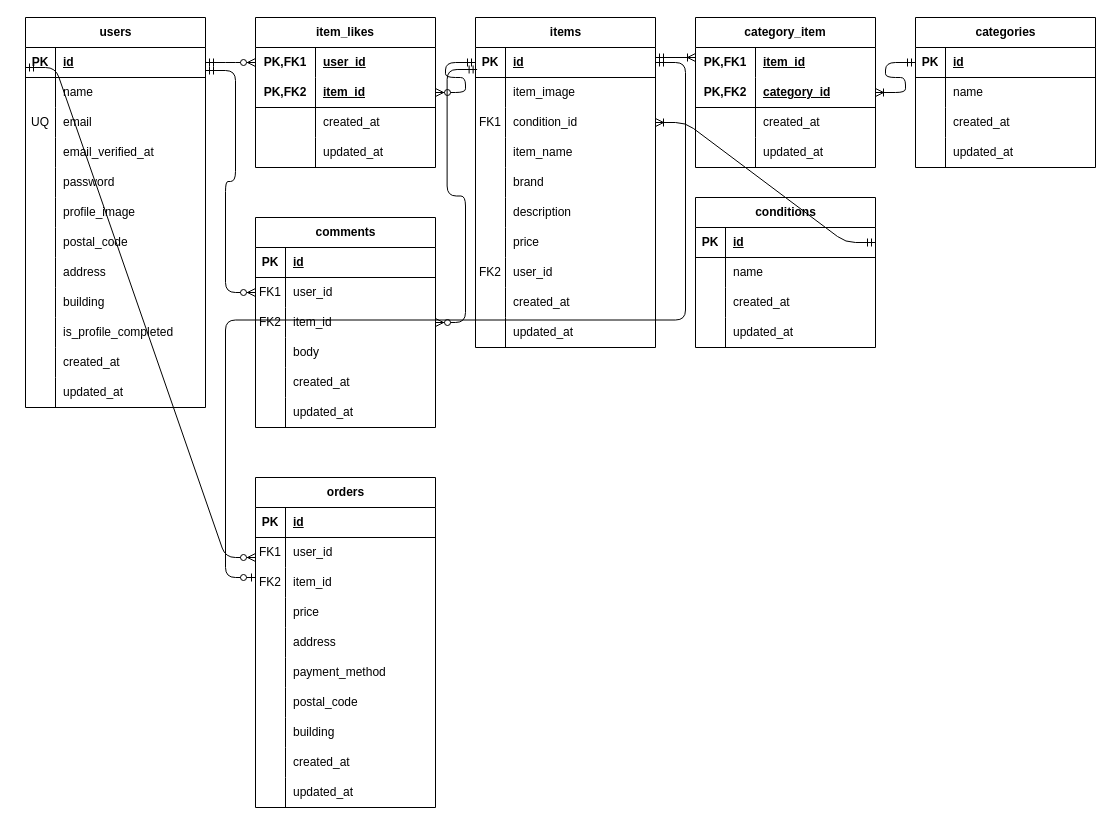
This is docs/er/flea_market_er.drawio from Hideaki-Iida-tech/flea_market, a draw.io file, before an edit. Source tidied: cells renumbered, new cells numbered last; positions are measured from the earlier drawing's top-left corner, leaving out a move shared by most shapes. Both pictures are drawn from the tidied source at 100%, with x=0, y=0 at pixel (5, 17).
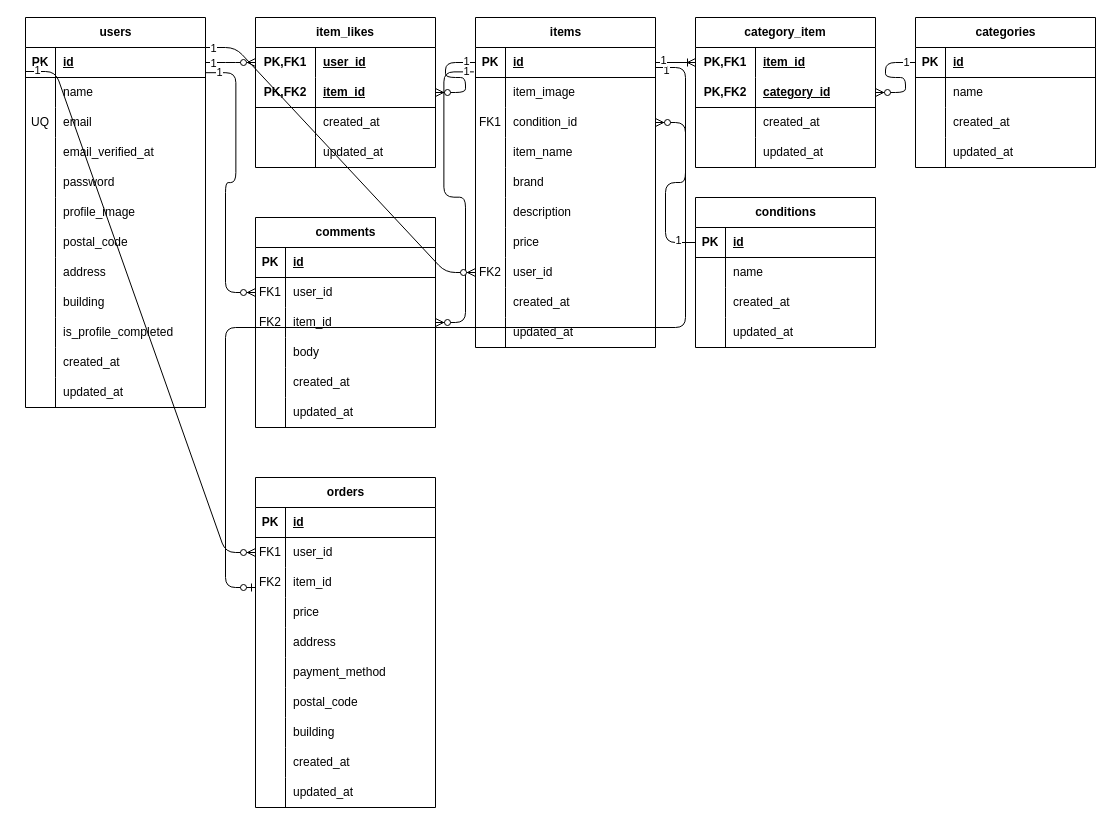
The same diagram, later.

Commit message (it also covers changes not shown here):
coachtech初級模擬案件85日目ver.1.0（ER図の更新、.env.example及び.env.testing.exampleの修正）

Unchanged cells that the change refers to:
```xml
<mxCell id="3" style="shape=tableRow;horizontal=0;startSize=0;swimlaneHead=0;swimlaneBody=0;fillColor=none;points=[[0,0.5],[1,0.5]];portConstraint=eastwest;top=0;left=0;right=0;bottom=1;" parent="2" vertex="1">
  <mxGeometry y="30" width="180" height="30" as="geometry" />
</mxCell>
<mxCell id="40" style="shape=tableRow;horizontal=0;startSize=0;swimlaneHead=0;swimlaneBody=0;fillColor=none;points=[[0,0.5],[1,0.5]];portConstraint=eastwest;top=0;left=0;right=0;bottom=1;" parent="39" vertex="1">
  <mxGeometry y="30" width="180" height="30" as="geometry" />
</mxCell>
<mxCell id="46" style="shape=tableRow;horizontal=0;startSize=0;swimlaneHead=0;swimlaneBody=0;fillColor=none;points=[[0,0.5],[1,0.5]];portConstraint=eastwest;top=0;left=0;right=0;bottom=0;" parent="39" vertex="1">
  <mxGeometry y="90" width="180" height="30" as="geometry" />
</mxCell>
<mxCell id="61" style="shape=tableRow;horizontal=0;startSize=0;swimlaneHead=0;swimlaneBody=0;fillColor=none;points=[[0,0.5],[1,0.5]];portConstraint=eastwest;top=0;left=0;right=0;bottom=0;" parent="39" vertex="1">
  <mxGeometry y="240" width="180" height="30" as="geometry" />
</mxCell>
<mxCell id="74" style="shape=tableRow;horizontal=0;startSize=0;swimlaneHead=0;swimlaneBody=0;fillColor=none;points=[[0,0.5],[1,0.5]];portConstraint=eastwest;top=0;left=0;right=0;bottom=0;" parent="70" vertex="1">
  <mxGeometry y="60" width="180" height="30" as="geometry" />
</mxCell>
<mxCell id="77" style="shape=tableRow;horizontal=0;startSize=0;swimlaneHead=0;swimlaneBody=0;fillColor=none;points=[[0,0.5],[1,0.5]];portConstraint=eastwest;top=0;left=0;right=0;bottom=0;" parent="70" vertex="1">
  <mxGeometry y="90" width="180" height="30" as="geometry" />
</mxCell>
<mxCell id="90" style="shape=tableRow;horizontal=0;startSize=0;swimlaneHead=0;swimlaneBody=0;fillColor=none;points=[[0,0.5],[1,0.5]];portConstraint=eastwest;top=0;left=0;right=0;bottom=1;" parent="89" vertex="1">
  <mxGeometry y="30" width="180" height="30" as="geometry" />
</mxCell>
<mxCell id="103" style="shape=tableRow;horizontal=0;startSize=0;swimlaneHead=0;swimlaneBody=0;fillColor=none;points=[[0,0.5],[1,0.5]];portConstraint=eastwest;top=0;left=0;right=0;bottom=1;" parent="102" vertex="1">
  <mxGeometry y="30" width="180" height="30" as="geometry" />
</mxCell>
<mxCell id="119" style="shape=tableRow;horizontal=0;startSize=0;swimlaneHead=0;swimlaneBody=0;fillColor=none;points=[[0,0.5],[1,0.5]];portConstraint=eastwest;top=0;left=0;right=0;bottom=0;" parent="115" vertex="1">
  <mxGeometry y="60" width="180" height="30" as="geometry" />
</mxCell>
<mxCell id="147" style="shape=tableRow;horizontal=0;startSize=0;swimlaneHead=0;swimlaneBody=0;fillColor=none;points=[[0,0.5],[1,0.5]];portConstraint=eastwest;top=0;left=0;right=0;bottom=0;html=1;" parent="146" vertex="1">
  <mxGeometry y="30" width="180" height="30" as="geometry" />
</mxCell>
<mxCell id="150" style="shape=tableRow;horizontal=0;startSize=0;swimlaneHead=0;swimlaneBody=0;fillColor=none;points=[[0,0.5],[1,0.5]];portConstraint=eastwest;top=0;left=0;right=0;bottom=1;html=1;" parent="146" vertex="1">
  <mxGeometry y="60" width="180" height="30" as="geometry" />
</mxCell>
<mxCell id="160" style="shape=tableRow;horizontal=0;startSize=0;swimlaneHead=0;swimlaneBody=0;fillColor=none;points=[[0,0.5],[1,0.5]];portConstraint=eastwest;top=0;left=0;right=0;bottom=0;html=1;" parent="159" vertex="1">
  <mxGeometry y="30" width="180" height="30" as="geometry" />
</mxCell>
<mxCell id="163" style="shape=tableRow;horizontal=0;startSize=0;swimlaneHead=0;swimlaneBody=0;fillColor=none;points=[[0,0.5],[1,0.5]];portConstraint=eastwest;top=0;left=0;right=0;bottom=1;html=1;" parent="159" vertex="1">
  <mxGeometry y="60" width="180" height="30" as="geometry" />
</mxCell>
```

The edit, as a diff of the source:
```diff
@@
-    <mxCell id="172" style="edgeStyle=entityRelationEdgeStyle;fontSize=12;html=1;endArrow=ERzeroToMany;startArrow=ERmandOne;exitX=1;exitY=0.5;exitDx=0;exitDy=0;entryX=0;entryY=0.5;entryDx=0;entryDy=0;" parent="1" edge="1" source="3" target="147">
-      <mxGeometry relative="1" as="geometry" />
-    </mxCell>
+    <mxCell id="181" style="edgeStyle=entityRelationEdgeStyle;fontSize=12;html=1;endArrow=ERzeroToMany;endFill=1;entryX=0;entryY=0.5;entryDx=0;entryDy=0;" parent="1" edge="1" target="119">
+      <mxGeometry relative="1" as="geometry">
+        <mxPoint x="20" y="54" as="sourcePoint" />
+        <Array as="points">
+          <mxPoint x="24" y="54" />
+        </Array>
+      </mxGeometry>
+    </mxCell>
+    <mxCell id="182" value="1" style="edgeLabel;html=1;align=center;verticalAlign=middle;" parent="181" vertex="1">
+      <mxGeometry x="-0.96" y="2" relative="1" as="geometry" />
+    </mxCell>
+    <mxCell id="183" style="edgeStyle=entityRelationEdgeStyle;fontSize=12;html=1;endArrow=ERzeroToMany;endFill=1;exitX=1.002;exitY=0.84;exitDx=0;exitDy=0;exitPerimeter=0;entryX=0;entryY=0.5;entryDx=0;entryDy=0;" parent="1" edge="1" source="3" target="74">
+      <mxGeometry relative="1" as="geometry">
+        <Array as="points">
+          <mxPoint x="-30" y="390" />
+          <mxPoint x="170" y="320" />
+          <mxPoint x="30" y="380" />
+        </Array>
+      </mxGeometry>
+    </mxCell>
+    <mxCell id="184" value="1" style="edgeLabel;html=1;align=center;verticalAlign=middle;" parent="183" vertex="1">
+      <mxGeometry x="-0.91" y="1" relative="1" as="geometry" />
+    </mxCell>
+    <mxCell id="185" style="edgeStyle=entityRelationEdgeStyle;fontSize=12;html=1;endArrow=ERzeroToMany;endFill=1;" parent="1" edge="1">
+      <mxGeometry relative="1" as="geometry">
+        <mxPoint x="200" y="45" as="sourcePoint" />
+        <mxPoint x="250" y="45" as="targetPoint" />
+      </mxGeometry>
+    </mxCell>
+    <mxCell id="186" value="1" style="edgeLabel;html=1;align=center;verticalAlign=middle;" parent="185" vertex="1">
+      <mxGeometry x="-0.81" relative="1" as="geometry" />
+    </mxCell>
-    <mxCell id="173" style="edgeStyle=entityRelationEdgeStyle;fontSize=12;html=1;endArrow=ERzeroToMany;startArrow=ERmandOne;entryX=1;entryY=0.5;entryDx=0;entryDy=0;exitX=0;exitY=0.5;exitDx=0;exitDy=0;" parent="1" edge="1" source="40" target="150">
+    <mxCell id="173" style="edgeStyle=entityRelationEdgeStyle;fontSize=12;html=1;endArrow=ERzeroToMany;endFill=1;entryX=1;entryY=0.5;entryDx=0;entryDy=0;exitX=0;exitY=0.5;exitDx=0;exitDy=0;" parent="1" edge="1" source="40" target="150">
       <mxGeometry relative="1" as="geometry">
         <Array as="points">
-          <mxPoint x="460" y="50" />
-          <mxPoint x="450" y="50" />
+          <mxPoint x="420" y="80" />
         </Array>
       </mxGeometry>
     </mxCell>
-    <mxCell id="174" style="edgeStyle=entityRelationEdgeStyle;fontSize=12;html=1;endArrow=ERzeroToMany;startArrow=ERmandOne;entryX=0;entryY=0.5;entryDx=0;entryDy=0;" parent="1" edge="1" target="74">
-      <mxGeometry relative="1" as="geometry">
-        <mxPoint x="200" y="53" as="sourcePoint" />
-        <Array as="points">
-          <mxPoint x="200" y="53" />
-        </Array>
-      </mxGeometry>
-    </mxCell>
+    <mxCell id="187" value="1" style="edgeLabel;html=1;align=center;verticalAlign=middle;" parent="173" vertex="1">
+      <mxGeometry x="-0.81" y="-2" relative="1" as="geometry" />
+    </mxCell>
-    <mxCell id="175" style="edgeStyle=entityRelationEdgeStyle;fontSize=12;html=1;endArrow=ERzeroToMany;startArrow=ERmandOne;entryX=1;entryY=0.5;entryDx=0;entryDy=0;exitX=0.009;exitY=0.733;exitDx=0;exitDy=0;exitPerimeter=0;" parent="1" edge="1" source="40" target="77">
+    <mxCell id="175" style="edgeStyle=entityRelationEdgeStyle;fontSize=12;html=1;endArrow=ERzeroToMany;endFill=1;entryX=1;entryY=0.5;entryDx=0;entryDy=0;exitX=-0.009;exitY=0.813;exitDx=0;exitDy=0;exitPerimeter=0;" parent="1" edge="1" source="40" target="77">
       <mxGeometry relative="1" as="geometry" />
     </mxCell>
-    <mxCell id="176" style="edgeStyle=entityRelationEdgeStyle;fontSize=12;html=1;endArrow=ERzeroToMany;startArrow=ERmandOne;entryX=0;entryY=0.5;entryDx=0;entryDy=0;exitX=0;exitY=0.5;exitDx=0;exitDy=0;" parent="1" edge="1">
-      <mxGeometry relative="1" as="geometry">
-        <mxPoint x="20" y="50" as="sourcePoint" />
-        <mxPoint x="250" y="540" as="targetPoint" />
-        <Array as="points">
-          <mxPoint x="10" y="415" />
-          <mxPoint y="295" />
-          <mxPoint x="40" y="385" />
-          <mxPoint x="50" y="365" />
-        </Array>
-      </mxGeometry>
-    </mxCell>
-    <mxCell id="177" style="edgeStyle=entityRelationEdgeStyle;fontSize=12;html=1;endArrow=ERzeroToOne;startArrow=ERmandOne;entryX=0;entryY=0.5;entryDx=0;entryDy=0;exitX=1;exitY=0.5;exitDx=0;exitDy=0;" parent="1" edge="1" source="40">
-      <mxGeometry relative="1" as="geometry">
-        <mxPoint x="250" y="560" as="targetPoint" />
-        <Array as="points">
-          <mxPoint x="670" y="50" />
-          <mxPoint x="660" y="170" />
-          <mxPoint x="670" y="170" />
-          <mxPoint x="660" y="180" />
-          <mxPoint x="660" y="180" />
-        </Array>
-      </mxGeometry>
-    </mxCell>
-    <mxCell id="178" style="edgeStyle=entityRelationEdgeStyle;fontSize=12;html=1;endArrow=ERoneToMany;startArrow=ERmandOne;exitX=1;exitY=0.5;exitDx=0;exitDy=0;entryX=0;entryY=0.5;entryDx=0;entryDy=0;" parent="1" edge="1">
-      <mxGeometry relative="1" as="geometry">
-        <mxPoint x="650" y="40" as="sourcePoint" />
-        <mxPoint x="690" y="40" as="targetPoint" />
-      </mxGeometry>
-    </mxCell>
+    <mxCell id="188" value="1" style="edgeLabel;html=1;align=center;verticalAlign=middle;" parent="175" vertex="1">
+      <mxGeometry x="-0.95" y="-1" relative="1" as="geometry" />
+    </mxCell>
+    <mxCell id="189" style="edgeStyle=entityRelationEdgeStyle;fontSize=12;html=1;endArrow=ERzeroToOne;endFill=1;" parent="1" edge="1">
+      <mxGeometry relative="1" as="geometry">
+        <mxPoint x="650" y="50" as="sourcePoint" />
+        <mxPoint x="250" y="570" as="targetPoint" />
+      </mxGeometry>
+    </mxCell>
+    <mxCell id="190" value="1" style="edgeLabel;html=1;align=center;verticalAlign=middle;" parent="189" vertex="1">
+      <mxGeometry x="-0.98" y="-2" relative="1" as="geometry" />
+    </mxCell>
+    <mxCell id="191" style="edgeStyle=entityRelationEdgeStyle;fontSize=12;html=1;endArrow=ERoneToMany;exitX=1;exitY=0.5;exitDx=0;exitDy=0;entryX=0;entryY=0.5;entryDx=0;entryDy=0;" parent="1" edge="1" source="40" target="160">
+      <mxGeometry relative="1" as="geometry" />
+    </mxCell>
+    <mxCell id="192" value="1" style="edgeLabel;html=1;align=center;verticalAlign=middle;" parent="191" vertex="1">
+      <mxGeometry x="-0.83" y="3" relative="1" as="geometry" />
+    </mxCell>
+    <mxCell id="180" style="edgeStyle=entityRelationEdgeStyle;fontSize=12;html=1;endArrow=ERzeroToMany;endFill=1;entryX=1;entryY=0.5;entryDx=0;entryDy=0;exitX=0;exitY=0.5;exitDx=0;exitDy=0;" parent="1" edge="1" source="90" target="46">
+      <mxGeometry relative="1" as="geometry">
+        <Array as="points">
+          <mxPoint x="660" y="110" />
+        </Array>
+      </mxGeometry>
+    </mxCell>
+    <mxCell id="193" value="1" style="edgeLabel;html=1;align=center;verticalAlign=middle;" parent="180" vertex="1">
+      <mxGeometry x="-0.82" y="-3" relative="1" as="geometry" />
+    </mxCell>
-    <mxCell id="179" style="edgeStyle=entityRelationEdgeStyle;fontSize=12;html=1;endArrow=ERoneToMany;startArrow=ERmandOne;exitX=0;exitY=0.5;exitDx=0;exitDy=0;entryX=1;entryY=0.5;entryDx=0;entryDy=0;" parent="1" edge="1" source="103" target="163">
+    <mxCell id="179" style="edgeStyle=entityRelationEdgeStyle;fontSize=12;html=1;endArrow=ERzeroToMany;endFill=1;entryX=1;entryY=0.5;entryDx=0;entryDy=0;exitX=0;exitY=0.5;exitDx=0;exitDy=0;" parent="1" edge="1" source="103" target="163">
       <mxGeometry relative="1" as="geometry" />
     </mxCell>
-    <mxCell id="180" style="edgeStyle=entityRelationEdgeStyle;fontSize=12;html=1;endArrow=ERoneToMany;startArrow=ERmandOne;entryX=1;entryY=0.5;entryDx=0;entryDy=0;exitX=1;exitY=0.5;exitDx=0;exitDy=0;" parent="1" edge="1" source="90" target="46">
-      <mxGeometry relative="1" as="geometry">
-        <Array as="points">
-          <mxPoint x="750" y="190" />
-        </Array>
-      </mxGeometry>
-    </mxCell>
+    <mxCell id="194" value="1" style="edgeLabel;html=1;align=center;verticalAlign=middle;" parent="179" vertex="1">
+      <mxGeometry x="-0.81" y="-1" relative="1" as="geometry" />
+    </mxCell>
+    <mxCell id="195" style="edgeStyle=entityRelationEdgeStyle;fontSize=12;html=1;endArrow=ERzeroToMany;endFill=1;entryX=0;entryY=0.5;entryDx=0;entryDy=0;" parent="1" edge="1" target="61">
+      <mxGeometry relative="1" as="geometry">
+        <mxPoint x="200" y="30" as="sourcePoint" />
+      </mxGeometry>
+    </mxCell>
+    <mxCell id="196" value="1" style="edgeLabel;html=1;align=center;verticalAlign=middle;" parent="195" vertex="1">
+      <mxGeometry x="-0.96" relative="1" as="geometry" />
+    </mxCell>
```
